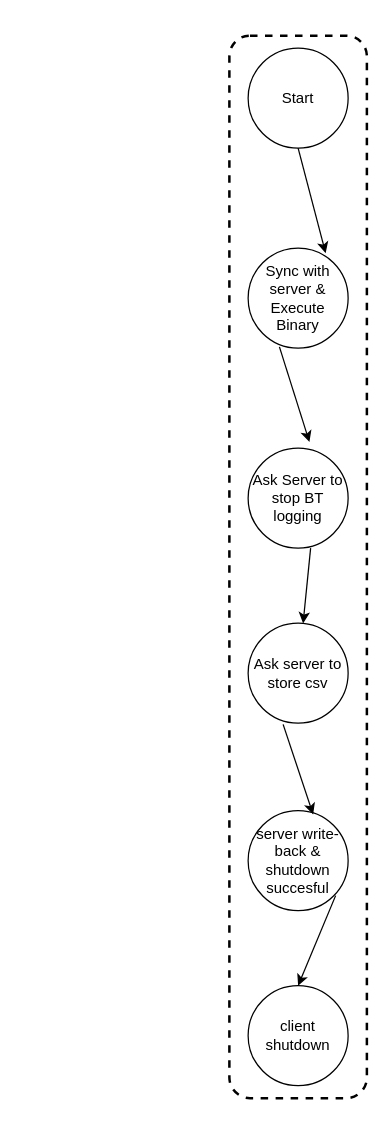
Before: MTP_1/MTP_1_ARM_Setup_Client.drawio in ShikharJain97/MTP, a draw.io diagram. Source tidied: cells renumbered, new cells numbered last; positions are measured from the earlier drawing's top-left corner, leaving out a move shared by most shapes. Both pictures are drawn from the tidied source at 125%, with x=0, y=0 at pixel (229, 35).
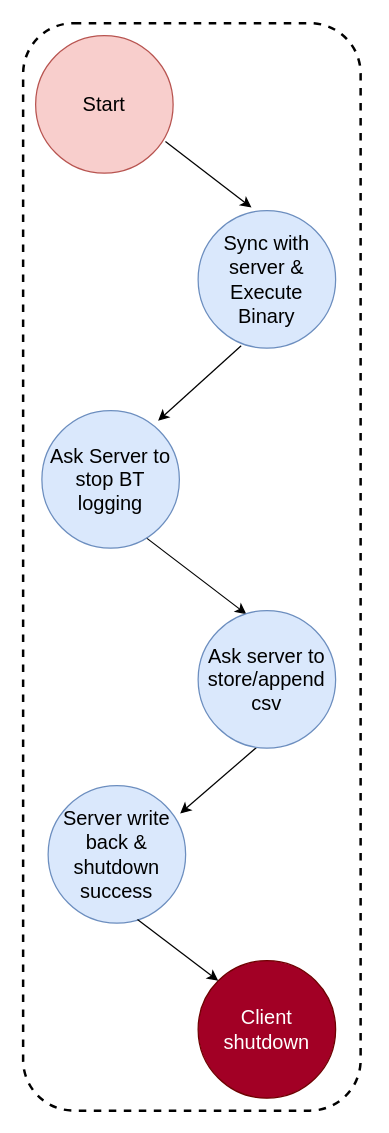
Above is the later version.

Diff of the diagram source:
```diff
@@
 <mxGraphModel>
   <root>
     <mxCell id="0" />
     <mxCell id="1" parent="0" />
-    <mxCell id="2" value="Start" style="ellipse;whiteSpace=wrap;html=1;" parent="1" vertex="1">
-      <mxGeometry x="15" y="10" width="80" height="80" as="geometry" />
-    </mxCell>
-    <mxCell id="3" value="Sync with server &amp;amp;&lt;br&gt;Execute Binary" style="ellipse;whiteSpace=wrap;html=1;" parent="1" vertex="1">
-      <mxGeometry x="15" y="170" width="80" height="80" as="geometry" />
-    </mxCell>
-    <mxCell id="4" value="Ask Server to stop BT logging" style="ellipse;whiteSpace=wrap;html=1;" parent="1" vertex="1">
-      <mxGeometry x="15" y="330" width="80" height="80" as="geometry" />
-    </mxCell>
-    <mxCell id="5" value="Ask server to store csv" style="ellipse;whiteSpace=wrap;html=1;" parent="1" vertex="1">
-      <mxGeometry x="15" y="470" width="80" height="80" as="geometry" />
-    </mxCell>
-    <mxCell id="6" value="server write-back &amp;amp; shutdown succesful" style="ellipse;whiteSpace=wrap;html=1;" parent="1" vertex="1">
-      <mxGeometry x="15" y="620" width="80" height="80" as="geometry" />
-    </mxCell>
-    <mxCell id="7" style="endArrow=classic;html=1;rounded=0;exitX=0.5;exitY=1;exitDx=0;exitDy=0;entryX=0.775;entryY=0.05;entryDx=0;entryDy=0;entryPerimeter=0;" parent="1" edge="1" source="2" target="3">
+    <mxCell id="7" style="endArrow=classic;html=1;rounded=0;exitX=0.944;exitY=0.77;exitDx=0;exitDy=0;entryX=0.388;entryY=-0.022;entryDx=0;entryDy=0;entryPerimeter=0;exitPerimeter=0;" parent="1" edge="1" source="2" target="3">
       <mxGeometry relative="1" as="geometry" />
     </mxCell>
-    <mxCell id="8" style="endArrow=classic;html=1;rounded=0;exitX=0.313;exitY=0.988;exitDx=0;exitDy=0;exitPerimeter=0;entryX=0.613;entryY=-0.062;entryDx=0;entryDy=0;entryPerimeter=0;" parent="1" edge="1" source="3" target="4">
+    <mxCell id="8" style="endArrow=classic;html=1;rounded=0;exitX=0.313;exitY=0.983;exitDx=0;exitDy=0;exitPerimeter=0;entryX=0.845;entryY=0.074;entryDx=0;entryDy=0;entryPerimeter=0;" parent="1" edge="1" source="3" target="4">
       <mxGeometry relative="1" as="geometry" />
     </mxCell>
-    <mxCell id="9" style="endArrow=classic;html=1;rounded=0;" parent="1" edge="1" target="5">
+    <mxCell id="9" style="endArrow=classic;html=1;rounded=0;entryX=0.351;entryY=0.026;entryDx=0;entryDy=0;entryPerimeter=0;" parent="1" edge="1" target="14">
       <mxGeometry relative="1" as="geometry">
-        <mxPoint x="65" y="410" as="sourcePoint" />
+        <mxPoint x="-68.8" y="400" as="sourcePoint" />
       </mxGeometry>
     </mxCell>
-    <mxCell id="10" style="endArrow=classic;html=1;rounded=0;exitX=0.35;exitY=1.013;exitDx=0;exitDy=0;exitPerimeter=0;entryX=0.65;entryY=0.038;entryDx=0;entryDy=0;entryPerimeter=0;" parent="1" edge="1" source="5" target="6">
-      <mxGeometry relative="1" as="geometry" />
+    <mxCell id="10" style="endArrow=classic;html=1;rounded=0;exitX=0.35;exitY=1.013;exitDx=0;exitDy=0;exitPerimeter=0;entryX=0.96;entryY=0.203;entryDx=0;entryDy=0;entryPerimeter=0;" parent="1" edge="1" target="15">
+      <mxGeometry relative="1" as="geometry">
+        <mxPoint x="43" y="551" as="sourcePoint" />
+      </mxGeometry>
     </mxCell>
     <mxCell id="11" style="whiteSpace=wrap;html=1;fillColor=none;imageAspect=0;rounded=1;strokeWidth=2;dashed=1;" parent="1" vertex="1">
-      <mxGeometry width="110" height="850" as="geometry" />
+      <mxGeometry x="-165" y="-10" width="270" height="870" as="geometry" />
     </mxCell>
-    <mxCell id="12" value="client shutdown" style="ellipse;whiteSpace=wrap;html=1;" parent="1" vertex="1">
-      <mxGeometry x="15" y="760" width="80" height="80" as="geometry" />
-    </mxCell>
-    <mxCell id="13" style="endArrow=classic;html=1;rounded=0;exitX=0.35;exitY=1.013;exitDx=0;exitDy=0;exitPerimeter=0;entryX=0.5;entryY=0;entryDx=0;entryDy=0;" parent="1" edge="1" target="12">
-      <mxGeometry relative="1" as="geometry">
-        <mxPoint x="85" y="688" as="sourcePoint" />
-      </mxGeometry>
-    </mxCell>
+    <mxCell id="2" value="&lt;font style=&quot;font-size: 16px;&quot;&gt;Start&lt;/font&gt;" style="ellipse;whiteSpace=wrap;html=1;fillColor=#f8cecc;strokeColor=#b85450;" parent="1" vertex="1">
+      <mxGeometry x="-155" width="110" height="110" as="geometry" />
+    </mxCell>
+    <mxCell id="3" value="&lt;font style=&quot;font-size: 16px;&quot;&gt;Sync with server &amp;amp; Execute &lt;br&gt;Binary&lt;/font&gt;" style="ellipse;whiteSpace=wrap;html=1;fillColor=#dae8fc;strokeColor=#6c8ebf;" parent="1" vertex="1">
+      <mxGeometry x="-25" y="140" width="110" height="110" as="geometry" />
+    </mxCell>
+    <mxCell id="4" value="&lt;span style=&quot;font-size: 16px;&quot;&gt;Ask Server to stop BT logging&lt;/span&gt;" style="ellipse;whiteSpace=wrap;html=1;fillColor=#dae8fc;strokeColor=#6c8ebf;" parent="1" vertex="1">
+      <mxGeometry x="-150" y="300" width="110" height="110" as="geometry" />
+    </mxCell>
+    <mxCell id="14" value="&lt;span style=&quot;font-size: 16px;&quot;&gt;Ask server to store/append&lt;br&gt;csv&lt;br&gt;&lt;/span&gt;" style="ellipse;whiteSpace=wrap;html=1;fillColor=#dae8fc;strokeColor=#6c8ebf;" parent="1" vertex="1">
+      <mxGeometry x="-25" y="460" width="110" height="110" as="geometry" />
+    </mxCell>
+    <mxCell id="15" value="&lt;span style=&quot;font-size: 16px;&quot;&gt;Server write back &amp;amp; shutdown success&lt;br&gt;&lt;/span&gt;" style="ellipse;whiteSpace=wrap;html=1;fillColor=#dae8fc;strokeColor=#6c8ebf;" parent="1" vertex="1">
+      <mxGeometry x="-145" y="600" width="110" height="110" as="geometry" />
+    </mxCell>
+    <mxCell id="16" value="&lt;span style=&quot;font-size: 16px;&quot;&gt;Client shutdown&lt;br&gt;&lt;/span&gt;" style="ellipse;whiteSpace=wrap;html=1;fillColor=#a20025;strokeColor=#6F0000;fontColor=#ffffff;" parent="1" vertex="1">
+      <mxGeometry x="-25" y="740" width="110" height="110" as="geometry" />
+    </mxCell>
+    <mxCell id="17" style="endArrow=classic;html=1;rounded=0;exitX=0.65;exitY=0.973;exitDx=0;exitDy=0;exitPerimeter=0;entryX=0;entryY=0;entryDx=0;entryDy=0;" parent="1" edge="1" source="15" target="16">
+      <mxGeometry relative="1" as="geometry" />
+    </mxCell>
   </root>
 </mxGraphModel>
```
